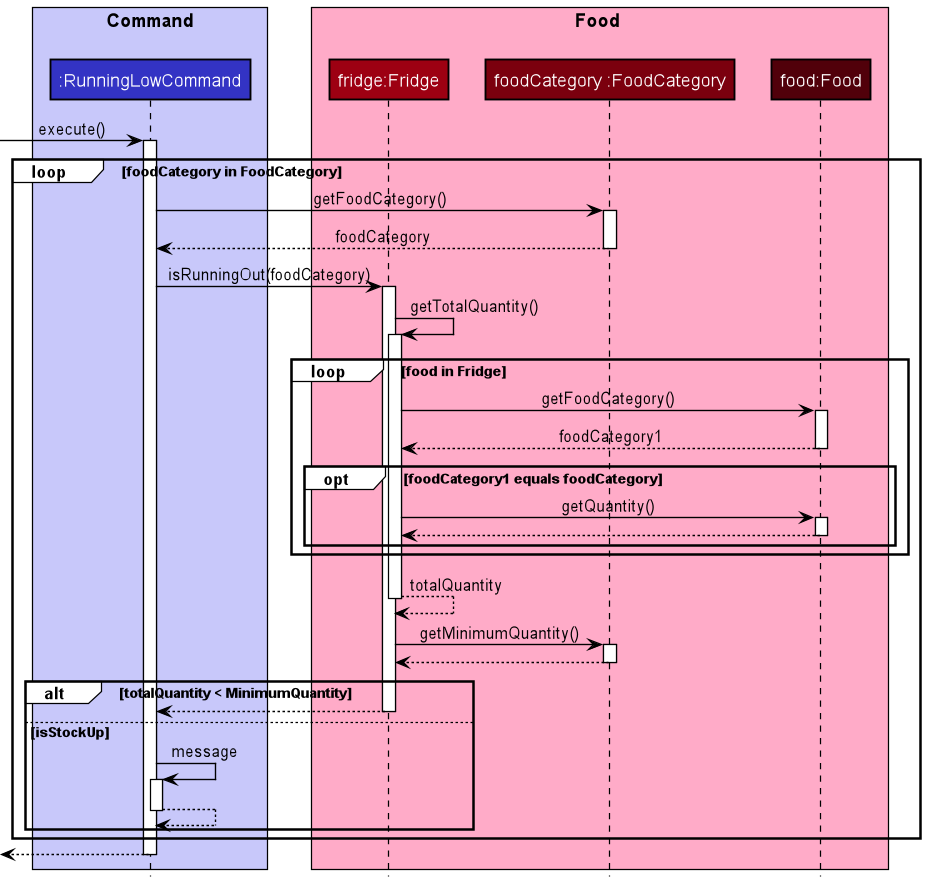
Above: docs/diagrams/diagram_images/RunningLowSequenceDiagram.png in nus-cs2113-AY2021S2/tp (PlantUML), before the change.
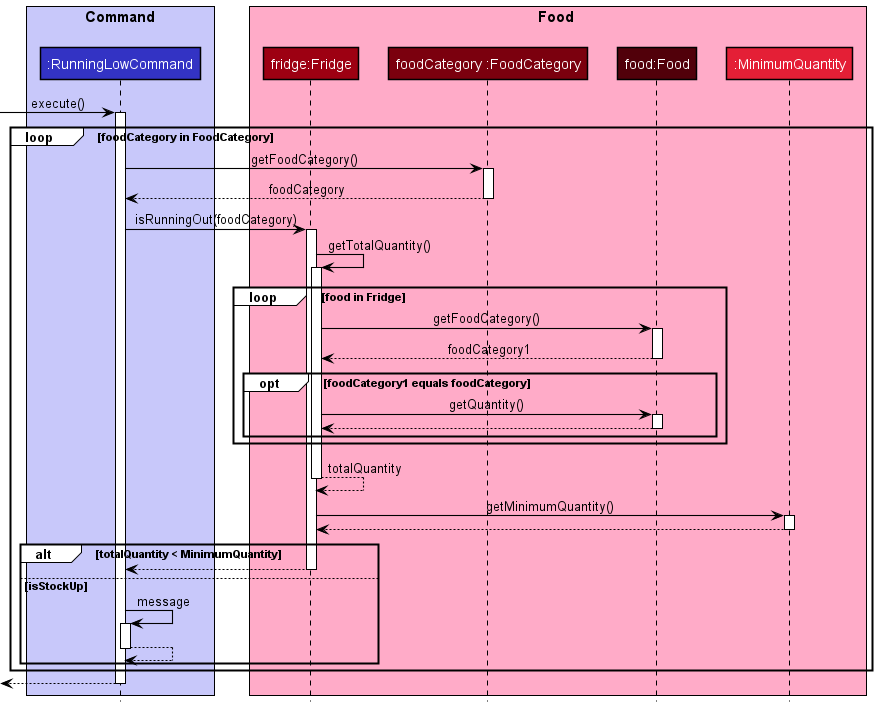
Above is the later version.

What changed in the source:
```diff
@@ -1,4 +1,4 @@
-@startuml
+@startuml RunningLowSequenceDiagram
 !include style.puml
 
 box "Command\n" COMMAND_COLOR_T1
@@ -9,43 +9,38 @@
 participant "fridge:Fridge" as Fridge FOOD_COLOR
 participant "foodCategory :FoodCategory" as FoodCategory FOOD_COLOR_T3
 participant "food:Food" as Food FOOD_COLOR_T4
+participant ":MinimumQuantity" as MinimumQuantity FOOD_COLOR_T2
 end box
 
+autoactivate on
+
 -> RunningLowCommand: execute()
-activate RunningLowCommand
 
 loop foodCategory in FoodCategory
     RunningLowCommand -> FoodCategory: getFoodCategory()
-    activate FoodCategory
     return foodCategory
 
     RunningLowCommand -> Fridge: isRunningOut(foodCategory)
-    activate Fridge
     Fridge -> Fridge: getTotalQuantity()
-    activate Fridge
     loop food in Fridge
         Fridge -> Food: getFoodCategory()
-        activate Food
         return foodCategory1
         opt foodCategory1 equals foodCategory
             Fridge -> Food: getQuantity()
-            activate Food
             return
         end
     end
     return totalQuantity
-    Fridge -> FoodCategory: getMinimumQuantity()
-    activate FoodCategory
+
+    Fridge -> MinimumQuantity: getMinimumQuantity()
     return
+
     alt totalQuantity < MinimumQuantity
         return
     else isStockUp
         RunningLowCommand -> RunningLowCommand: message
-        activate RunningLowCommand
         return
     end
 end
 return
-
-deactivate RunningLowCommand
 @enduml
```
